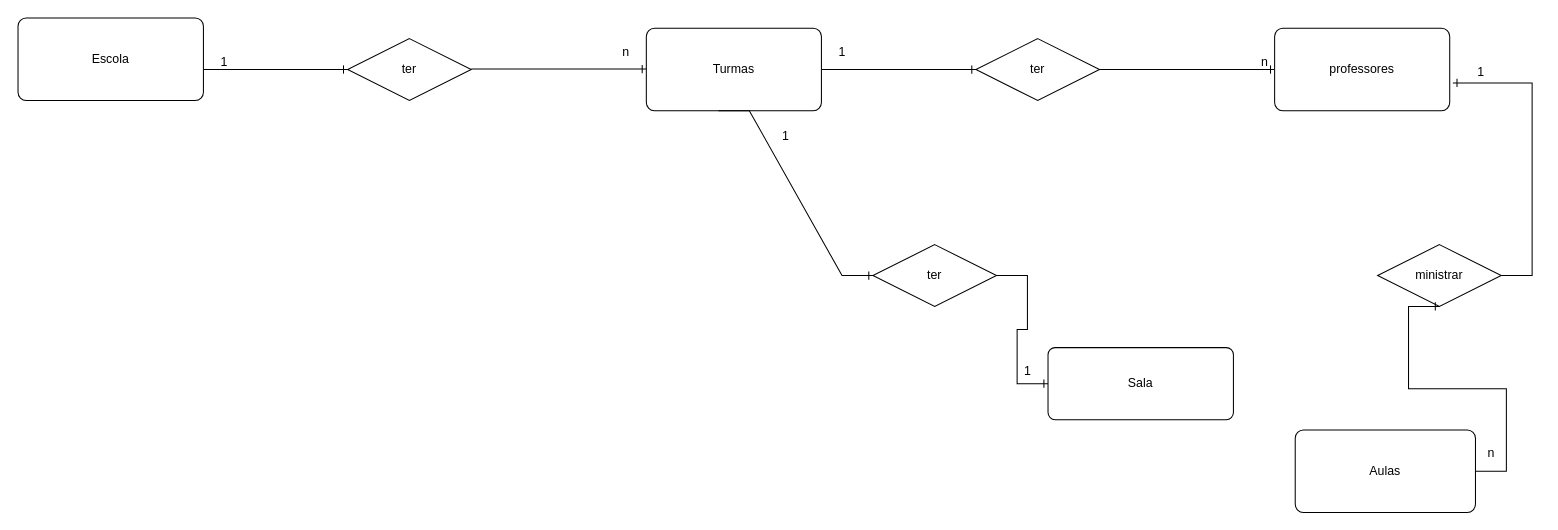
Above: escola.drawio in biacapist1224/Diagramas (draw.io), before the change. Source tidied: cells renumbered, new cells numbered last; positions are measured from the earlier drawing's top-left corner, leaving out a move shared by most shapes. Both pictures are drawn from the tidied source at 103%, with x=0, y=0 at pixel (18, -75).
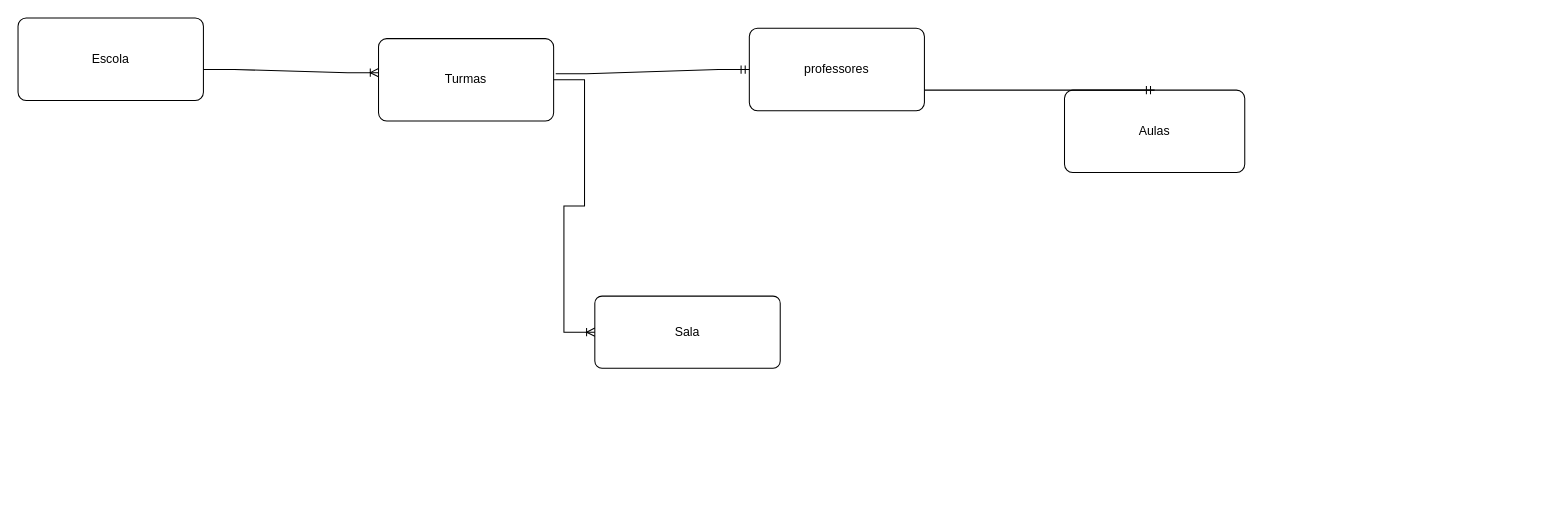
After the change.

Diff of the diagram source:
```diff
@@
     <mxCell id="2" value="Turmas" style="rounded=1;arcSize=10;whiteSpace=wrap;html=1;align=center;" parent="1" vertex="1">
-      <mxGeometry x="610" y="100" width="170" height="80" as="geometry" />
+      <mxGeometry x="350" y="110" width="170" height="80" as="geometry" />
     </mxCell>
@@
     <mxCell id="4" value="Sala" style="rounded=1;arcSize=10;whiteSpace=wrap;html=1;align=center;" parent="1" vertex="1">
-      <mxGeometry x="1000" y="410" width="180" height="70" as="geometry" />
+      <mxGeometry x="560" y="360" width="180" height="70" as="geometry" />
     </mxCell>
     <mxCell id="5" value="Aulas" style="rounded=1;arcSize=10;whiteSpace=wrap;html=1;align=center;" parent="1" vertex="1">
-      <mxGeometry x="1240" y="490" width="175" height="80" as="geometry" />
+      <mxGeometry x="1016" y="160" width="175" height="80" as="geometry" />
     </mxCell>
-    <mxCell id="6" style="edgeStyle=entityRelationEdgeStyle;fontSize=12;html=1;endArrow=ERone;endFill=1;rounded=0;" parent="1" edge="1" target="7">
-      <mxGeometry relative="1" as="geometry">
-        <mxPoint x="180" y="140" as="sourcePoint" />
-      </mxGeometry>
-    </mxCell>
-    <mxCell id="7" value="ter" style="shape=rhombus;perimeter=rhombusPerimeter;whiteSpace=wrap;html=1;align=center;" parent="1" vertex="1">
-      <mxGeometry x="320" y="110" width="120" height="60" as="geometry" />
-    </mxCell>
-    <mxCell id="8" style="edgeStyle=entityRelationEdgeStyle;fontSize=12;html=1;endArrow=ERone;endFill=1;rounded=0;" parent="1" edge="1">
-      <mxGeometry relative="1" as="geometry">
-        <mxPoint x="440" y="139.5" as="sourcePoint" />
-        <mxPoint x="610" y="139.5" as="targetPoint" />
-      </mxGeometry>
-    </mxCell>
-    <mxCell id="9" style="edgeStyle=entityRelationEdgeStyle;fontSize=12;html=1;endArrow=ERone;endFill=1;rounded=0;" parent="1" edge="1" target="10">
-      <mxGeometry relative="1" as="geometry">
-        <mxPoint x="780" y="140" as="sourcePoint" />
-        <Array as="points">
-          <mxPoint x="1040" />
-        </Array>
-      </mxGeometry>
-    </mxCell>
-    <mxCell id="10" value="ter" style="shape=rhombus;perimeter=rhombusPerimeter;whiteSpace=wrap;html=1;align=center;" parent="1" vertex="1">
-      <mxGeometry x="930" y="110" width="120" height="60" as="geometry" />
-    </mxCell>
-    <mxCell id="11" style="edgeStyle=entityRelationEdgeStyle;fontSize=12;html=1;endArrow=ERone;endFill=1;rounded=0;" parent="1" edge="1">
-      <mxGeometry relative="1" as="geometry">
-        <mxPoint x="1050" y="140" as="sourcePoint" />
-        <mxPoint x="1220" y="140" as="targetPoint" />
-      </mxGeometry>
-    </mxCell>
     <mxCell id="12" value="professores" style="rounded=1;arcSize=10;whiteSpace=wrap;html=1;align=center;" parent="1" vertex="1">
-      <mxGeometry x="1220" y="100" width="170" height="80" as="geometry" />
+      <mxGeometry x="710" y="100" width="170" height="80" as="geometry" />
     </mxCell>
-    <mxCell id="13" style="edgeStyle=entityRelationEdgeStyle;fontSize=12;html=1;endArrow=ERone;endFill=1;rounded=0;" parent="1" edge="1" target="14">
-      <mxGeometry relative="1" as="geometry">
-        <mxPoint x="680" y="180" as="sourcePoint" />
-      </mxGeometry>
-    </mxCell>
-    <mxCell id="14" value="ter" style="shape=rhombus;perimeter=rhombusPerimeter;whiteSpace=wrap;html=1;align=center;" parent="1" vertex="1">
-      <mxGeometry x="830" y="310" width="120" height="60" as="geometry" />
-    </mxCell>
-    <mxCell id="15" style="edgeStyle=entityRelationEdgeStyle;fontSize=12;html=1;endArrow=ERone;endFill=1;rounded=0;exitX=1;exitY=0.5;exitDx=0;exitDy=0;" parent="1" edge="1">
-      <mxGeometry relative="1" as="geometry">
-        <mxPoint x="950" y="340" as="sourcePoint" />
-        <mxPoint x="1000" y="445" as="targetPoint" />
-      </mxGeometry>
-    </mxCell>
-    <mxCell id="16" style="edgeStyle=entityRelationEdgeStyle;fontSize=12;html=1;endArrow=ERone;endFill=1;rounded=0;entryX=1.018;entryY=0.663;entryDx=0;entryDy=0;entryPerimeter=0;" parent="1" edge="1" target="12">
-      <mxGeometry relative="1" as="geometry">
-        <mxPoint x="1440" y="340" as="sourcePoint" />
-        <Array as="points">
-          <mxPoint x="1460" y="170" />
-          <mxPoint x="1490" y="160" />
-        </Array>
-      </mxGeometry>
-    </mxCell>
-    <mxCell id="17" value="ministrar" style="shape=rhombus;perimeter=rhombusPerimeter;whiteSpace=wrap;html=1;align=center;" parent="1" vertex="1">
-      <mxGeometry x="1320" y="310" width="120" height="60" as="geometry" />
-    </mxCell>
-    <mxCell id="18" style="edgeStyle=entityRelationEdgeStyle;fontSize=12;html=1;endArrow=ERone;endFill=1;rounded=0;" parent="1" edge="1" source="5">
-      <mxGeometry relative="1" as="geometry">
-        <mxPoint x="1380" y="370" as="targetPoint" />
-      </mxGeometry>
-    </mxCell>
-    <mxCell id="19" value="1" style="text;html=1;align=center;verticalAlign=middle;strokeColor=none;fillColor=none;" parent="1" vertex="1">
-      <mxGeometry x="185" y="118" width="30" height="30" as="geometry" />
-    </mxCell>
-    <mxCell id="20" value="n" style="text;html=1;align=center;verticalAlign=middle;strokeColor=none;fillColor=none;" parent="1" vertex="1">
-      <mxGeometry x="575" y="108" width="30" height="30" as="geometry" />
-    </mxCell>
-    <mxCell id="21" value="1" style="text;html=1;align=center;verticalAlign=middle;strokeColor=none;fillColor=none;" parent="1" vertex="1">
-      <mxGeometry x="785" y="108" width="30" height="30" as="geometry" />
-    </mxCell>
-    <mxCell id="22" value="n" style="text;html=1;align=center;verticalAlign=middle;strokeColor=none;fillColor=none;" parent="1" vertex="1">
-      <mxGeometry x="1195" y="118" width="30" height="30" as="geometry" />
-    </mxCell>
-    <mxCell id="23" value="1" style="text;html=1;align=center;verticalAlign=middle;strokeColor=none;fillColor=none;" parent="1" vertex="1">
-      <mxGeometry x="1405" y="128" width="30" height="30" as="geometry" />
-    </mxCell>
-    <mxCell id="24" value="n" style="text;html=1;align=center;verticalAlign=middle;strokeColor=none;fillColor=none;" parent="1" vertex="1">
-      <mxGeometry x="1415" y="498" width="30" height="30" as="geometry" />
-    </mxCell>
-    <mxCell id="25" value="1" style="text;html=1;align=center;verticalAlign=middle;strokeColor=none;fillColor=none;" parent="1" vertex="1">
-      <mxGeometry x="730" y="190" width="30" height="30" as="geometry" />
-    </mxCell>
-    <mxCell id="26" value="1" style="text;html=1;align=center;verticalAlign=middle;strokeColor=none;fillColor=none;" parent="1" vertex="1">
-      <mxGeometry x="965" y="418" width="30" height="30" as="geometry" />
-    </mxCell>
+    <mxCell id="27" style="edgeStyle=entityRelationEdgeStyle;fontSize=12;html=1;endArrow=ERoneToMany;rounded=0;entryX=0;entryY=0.413;entryDx=0;entryDy=0;entryPerimeter=0;" parent="1" edge="1" target="2">
+      <mxGeometry relative="1" as="geometry">
+        <mxPoint x="180" y="140" as="sourcePoint" />
+      </mxGeometry>
+    </mxCell>
+    <mxCell id="28" style="edgeStyle=entityRelationEdgeStyle;fontSize=12;html=1;endArrow=ERmandOne;rounded=0;entryX=0;entryY=0.5;entryDx=0;entryDy=0;exitX=1.012;exitY=0.425;exitDx=0;exitDy=0;exitPerimeter=0;" parent="1" edge="1" source="2" target="12">
+      <mxGeometry relative="1" as="geometry" />
+    </mxCell>
+    <mxCell id="29" style="edgeStyle=entityRelationEdgeStyle;fontSize=12;html=1;endArrow=ERmandOne;rounded=0;entryX=0.5;entryY=0;entryDx=0;entryDy=0;exitX=1;exitY=0.75;exitDx=0;exitDy=0;" parent="1" edge="1" source="12" target="5">
+      <mxGeometry relative="1" as="geometry" />
+    </mxCell>
+    <mxCell id="30" style="edgeStyle=entityRelationEdgeStyle;fontSize=12;html=1;endArrow=ERoneToMany;rounded=0;" parent="1" edge="1" source="2" target="4">
+      <mxGeometry relative="1" as="geometry" />
+    </mxCell>
```
